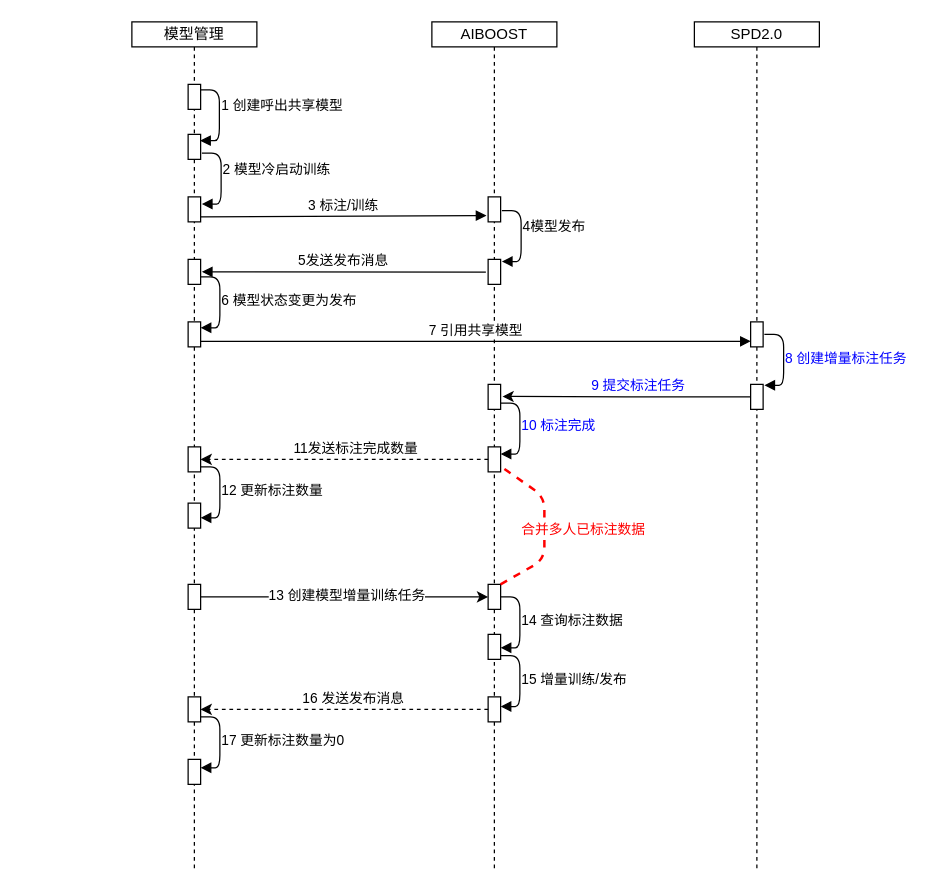
The draw.io diagram model_share.drawio in trey03/draw, before the edit. Source tidied: cells renumbered, new cells numbered last; positions are measured from the earlier drawing's top-left corner, leaving out a move shared by most shapes. Both pictures are drawn from the tidied source at 125%, with x=0, y=0 at pixel (131, 21).
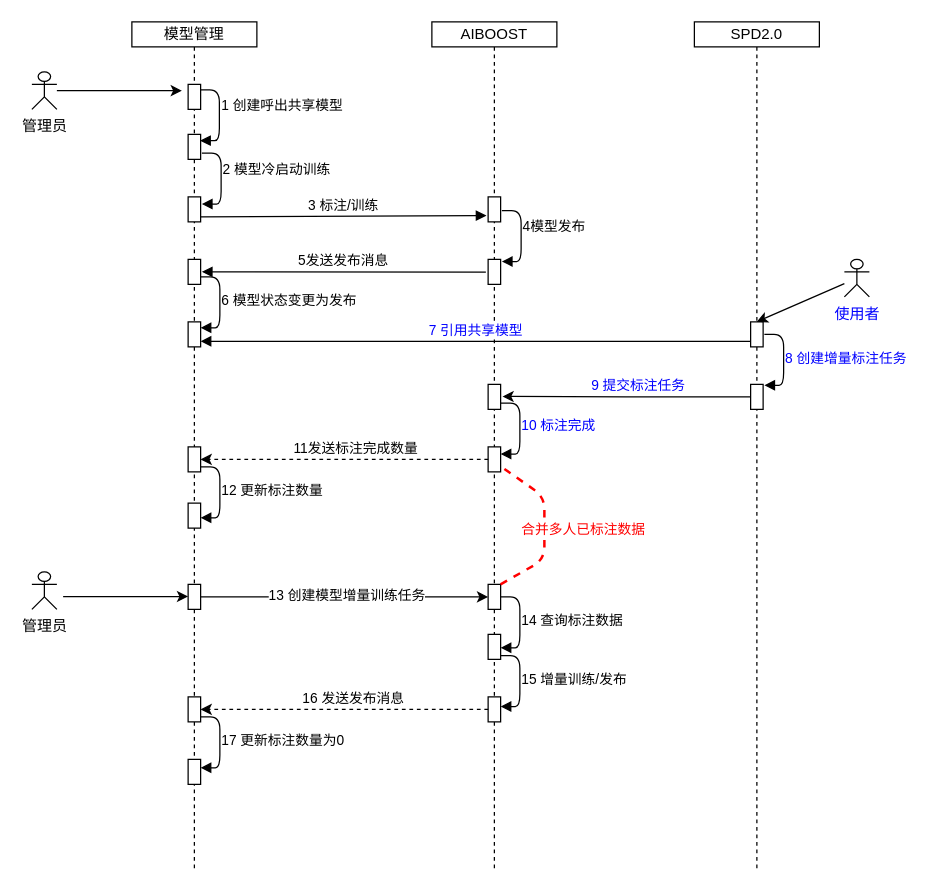
After the change.

Unchanged cells that the change refers to:
```xml
<mxCell id="29" style="html=1;points=[];perimeter=orthogonalPerimeter;" parent="28" vertex="1">
  <mxGeometry x="45" y="240" width="10" height="20" as="geometry" />
</mxCell>
```

The edit, as a diff of the source:
```diff
@@
-    <mxCell id="31" value="7 引用共享模型" style="html=1;verticalAlign=bottom;endArrow=block;entryX=0.014;entryY=0.776;entryDx=0;entryDy=0;entryPerimeter=0;" parent="1" edge="1" target="29">
+    <mxCell id="31" value="7 引用共享模型" style="html=1;verticalAlign=bottom;endArrow=none;entryX=0.014;entryY=0.776;entryDx=0;entryDy=0;entryPerimeter=0;startArrow=block;startFill=1;endFill=0;fontColor=#0000FF;" parent="1" edge="1" target="29">
       <mxGeometry relative="1" as="geometry">
         <mxPoint x="55" y="255.5" as="sourcePoint" />
       </mxGeometry>
     </mxCell>
@@
+    <mxCell id="47" value="管理员" style="shape=umlActor;verticalLabelPosition=bottom;verticalAlign=top;html=1;fontColor=#000000;" parent="1" vertex="1">
+      <mxGeometry x="-80" y="40" width="20" height="30" as="geometry" />
+    </mxCell>
+    <mxCell id="48" style="endArrow=classic;html=1;strokeColor=#000000;fontColor=#000000;" parent="1" edge="1" source="47">
+      <mxGeometry relative="1" as="geometry">
+        <mxPoint x="40" y="55" as="targetPoint" />
+      </mxGeometry>
+    </mxCell>
+    <mxCell id="49" value="使用者" style="shape=umlActor;verticalLabelPosition=bottom;verticalAlign=top;html=1;fontColor=#0000FF;" parent="1" vertex="1">
+      <mxGeometry x="570" y="190" width="20" height="30" as="geometry" />
+    </mxCell>
+    <mxCell id="50" style="endArrow=classic;html=1;strokeColor=#000000;fontColor=#000000;entryX=0.481;entryY=0;entryDx=0;entryDy=0;entryPerimeter=0;" parent="1" edge="1" source="49" target="29">
+      <mxGeometry relative="1" as="geometry" />
+    </mxCell>
+    <mxCell id="51" value="管理员" style="shape=umlActor;verticalLabelPosition=bottom;verticalAlign=top;html=1;fontColor=#000000;" parent="1" vertex="1">
+      <mxGeometry x="-80" y="440" width="20" height="30" as="geometry" />
+    </mxCell>
+    <mxCell id="52" style="endArrow=classic;html=1;strokeColor=#000000;fontColor=#000000;" parent="1" edge="1">
+      <mxGeometry relative="1" as="geometry">
+        <mxPoint x="-55" y="459.7" as="sourcePoint" />
+        <mxPoint x="45" y="459.7" as="targetPoint" />
+      </mxGeometry>
+    </mxCell>
```
